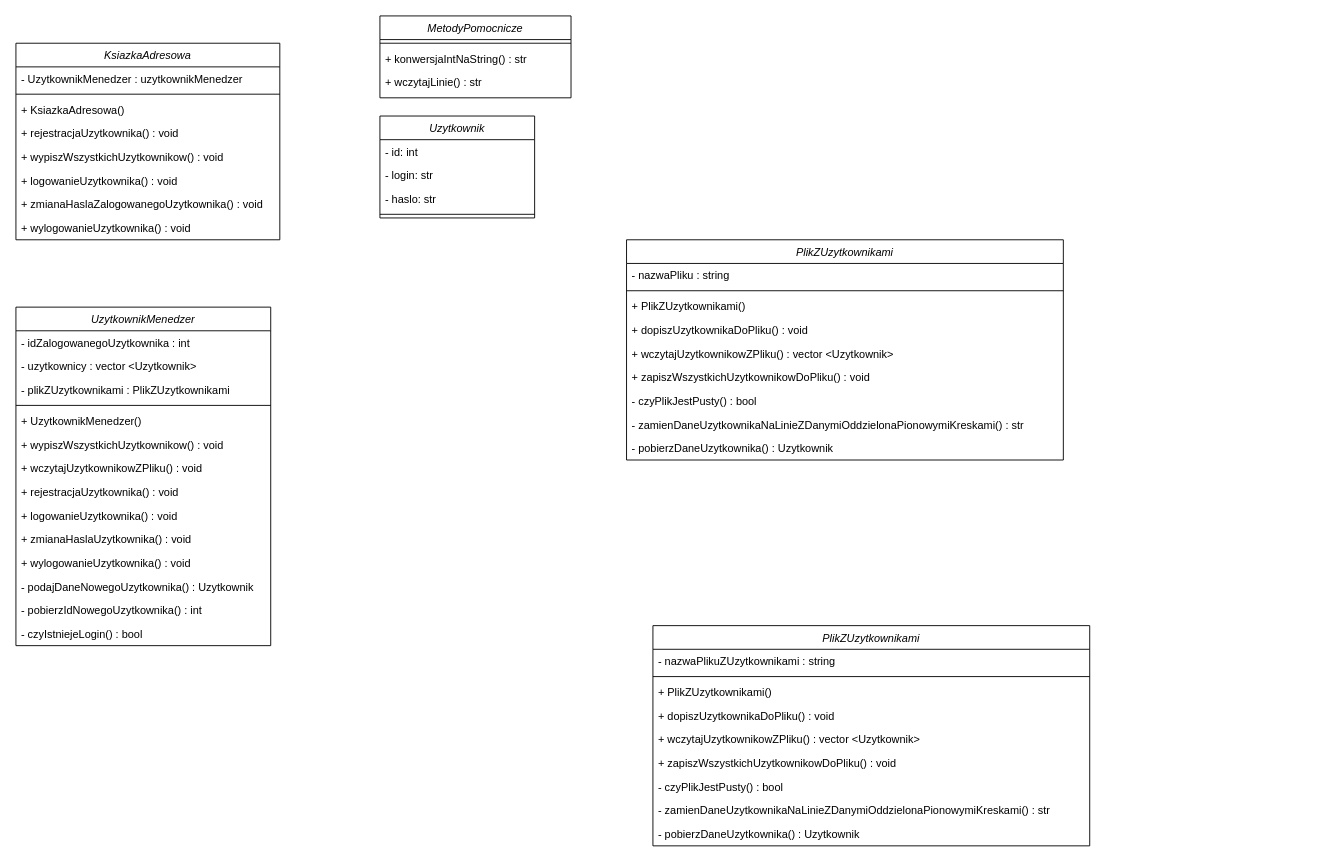
The draw.io diagram address-book-extension1-uml.drawio in MichalWilczek/address-book-FutureProgrammer, before the edit. Source tidied: cells renumbered, new cells numbered last; positions are measured from the earlier drawing's top-left corner, leaving out a move shared by most shapes. Both pictures are drawn from the tidied source at 91%, with x=0, y=0 at pixel (15, 15).
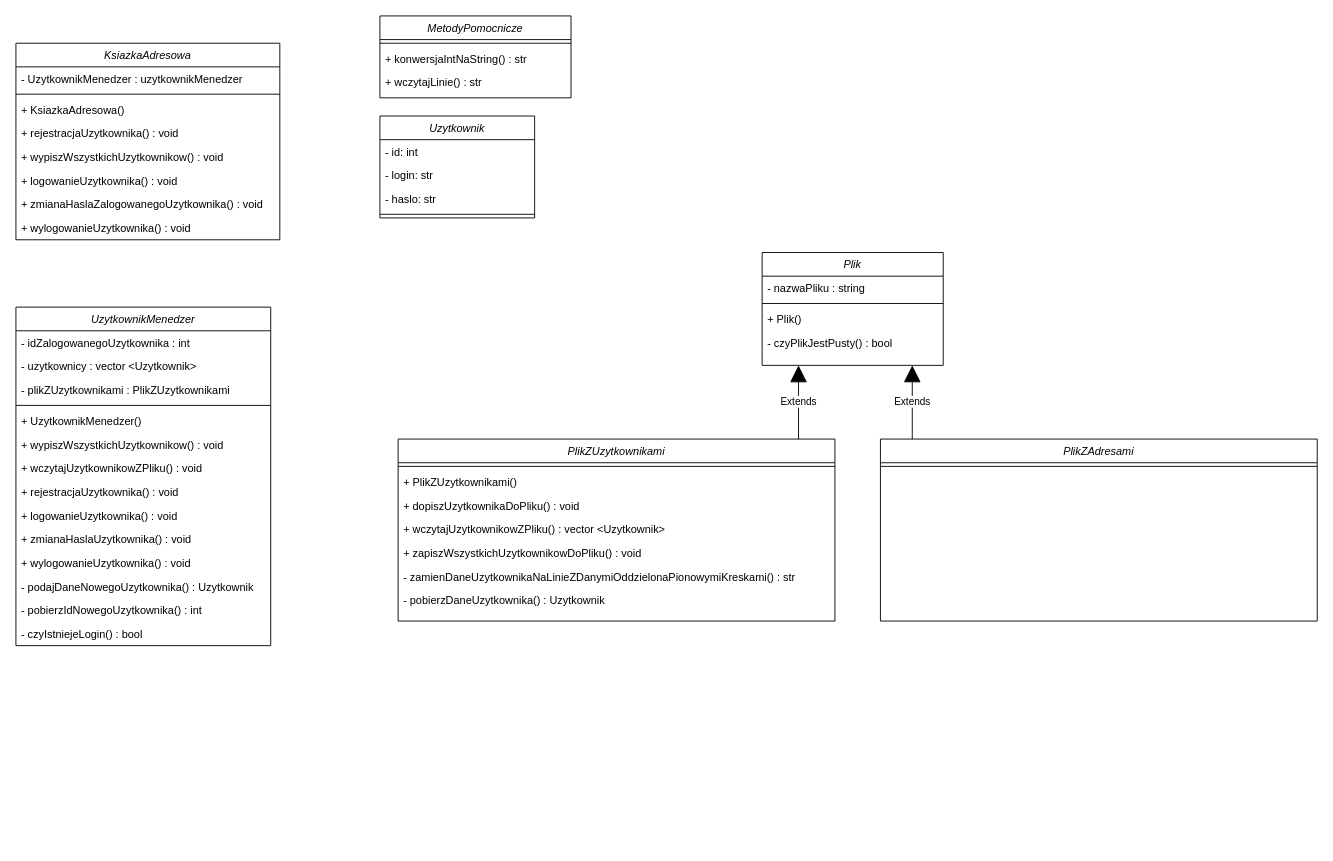
After the change.

What changed in the source:
```diff
@@
-    <mxCell id="31" value="PlikZUzytkownikami" style="swimlane;fontStyle=2;align=center;verticalAlign=top;horizontal=1;startSize=26;rounded=0;shadow=0;strokeWidth=1;" parent="1" vertex="1">
-      <mxGeometry x="671" y="246" width="480" height="242" as="geometry" />
+    <mxCell id="31" value="Plik" style="swimlane;fontStyle=2;align=center;verticalAlign=top;horizontal=1;startSize=26;rounded=0;shadow=0;strokeWidth=1;" parent="1" vertex="1">
+      <mxGeometry x="820" y="260" width="199" height="124" as="geometry" />
     </mxCell>
     <mxCell id="32" value="- nazwaPliku : string" style="text;align=left;verticalAlign=top;spacingLeft=4;spacingRight=4;overflow=hidden;rounded=0;shadow=0;html=0;" parent="31" vertex="1">
-      <mxGeometry y="26" width="480" height="26" as="geometry" />
+      <mxGeometry y="26" width="199" height="26" as="geometry" />
     </mxCell>
     <mxCell id="33" style="line;html=1;strokeWidth=1;align=left;verticalAlign=middle;spacingTop=-1;spacingLeft=3;spacingRight=3;labelPosition=right;" parent="31" vertex="1">
-      <mxGeometry y="52" width="480" height="8" as="geometry" />
+      <mxGeometry y="52" width="199" height="8" as="geometry" />
     </mxCell>
-    <mxCell id="34" value="+ PlikZUzytkownikami()" style="text;align=left;verticalAlign=top;spacingLeft=4;spacingRight=4;overflow=hidden;" parent="31" vertex="1">
-      <mxGeometry y="60" width="480" height="26" as="geometry" />
+    <mxCell id="34" value="+ Plik()" style="text;align=left;verticalAlign=top;spacingLeft=4;spacingRight=4;overflow=hidden;" parent="31" vertex="1">
+      <mxGeometry y="60" width="199" height="26" as="geometry" />
     </mxCell>
-    <mxCell id="35" value="+ dopiszUzytkownikaDoPliku() : void" style="text;align=left;verticalAlign=top;spacingLeft=4;spacingRight=4;overflow=hidden;" parent="31" vertex="1">
-      <mxGeometry y="86" width="480" height="26" as="geometry" />
-    </mxCell>
-    <mxCell id="36" value="+ wczytajUzytkownikowZPliku() : vector &lt;Uzytkownik&gt;" style="text;align=left;verticalAlign=top;spacingLeft=4;spacingRight=4;overflow=hidden;" parent="31" vertex="1">
-      <mxGeometry y="112" width="480" height="26" as="geometry" />
-    </mxCell>
-    <mxCell id="37" value="+ zapiszWszystkichUzytkownikowDoPliku() : void" style="text;align=left;verticalAlign=top;spacingLeft=4;spacingRight=4;overflow=hidden;" parent="31" vertex="1">
-      <mxGeometry y="138" width="480" height="26" as="geometry" />
-    </mxCell>
     <mxCell id="38" value="- czyPlikJestPusty() : bool" style="text;align=left;verticalAlign=top;spacingLeft=4;spacingRight=4;overflow=hidden;" parent="31" vertex="1">
-      <mxGeometry y="164" width="480" height="26" as="geometry" />
+      <mxGeometry y="86" width="199" height="26" as="geometry" />
     </mxCell>
-    <mxCell id="39" value="- zamienDaneUzytkownikaNaLinieZDanymiOddzielonaPionowymiKreskami() : str" style="text;align=left;verticalAlign=top;spacingLeft=4;spacingRight=4;overflow=hidden;" parent="31" vertex="1">
-      <mxGeometry y="190" width="480" height="26" as="geometry" />
-    </mxCell>
-    <mxCell id="40" value="- pobierzDaneUzytkownika() : Uzytkownik" style="text;align=left;verticalAlign=top;spacingLeft=4;spacingRight=4;overflow=hidden;" parent="31" vertex="1">
-      <mxGeometry y="216" width="480" height="26" as="geometry" />
-    </mxCell>
@@
     <mxCell id="45" value="PlikZUzytkownikami" style="swimlane;fontStyle=2;align=center;verticalAlign=top;horizontal=1;startSize=26;rounded=0;shadow=0;strokeWidth=1;" parent="1" vertex="1">
-      <mxGeometry x="700" y="670" width="480" height="242" as="geometry" />
+      <mxGeometry x="420" y="465" width="480" height="200" as="geometry" />
     </mxCell>
-    <mxCell id="46" value="- nazwaPlikuZUzytkownikami : string" style="text;align=left;verticalAlign=top;spacingLeft=4;spacingRight=4;overflow=hidden;rounded=0;shadow=0;html=0;" parent="45" vertex="1">
-      <mxGeometry y="26" width="480" height="26" as="geometry" />
-    </mxCell>
     <mxCell id="47" style="line;html=1;strokeWidth=1;align=left;verticalAlign=middle;spacingTop=-1;spacingLeft=3;spacingRight=3;labelPosition=right;" parent="45" vertex="1">
-      <mxGeometry y="52" width="480" height="8" as="geometry" />
+      <mxGeometry y="26" width="480" height="8" as="geometry" />
     </mxCell>
     <mxCell id="48" value="+ PlikZUzytkownikami()" style="text;align=left;verticalAlign=top;spacingLeft=4;spacingRight=4;overflow=hidden;" parent="45" vertex="1">
-      <mxGeometry y="60" width="480" height="26" as="geometry" />
+      <mxGeometry y="34" width="480" height="26" as="geometry" />
     </mxCell>
     <mxCell id="49" value="+ dopiszUzytkownikaDoPliku() : void" style="text;align=left;verticalAlign=top;spacingLeft=4;spacingRight=4;overflow=hidden;" parent="45" vertex="1">
-      <mxGeometry y="86" width="480" height="26" as="geometry" />
+      <mxGeometry y="60" width="480" height="26" as="geometry" />
     </mxCell>
     <mxCell id="50" value="+ wczytajUzytkownikowZPliku() : vector &lt;Uzytkownik&gt;" style="text;align=left;verticalAlign=top;spacingLeft=4;spacingRight=4;overflow=hidden;" parent="45" vertex="1">
-      <mxGeometry y="112" width="480" height="26" as="geometry" />
+      <mxGeometry y="86" width="480" height="26" as="geometry" />
     </mxCell>
     <mxCell id="51" value="+ zapiszWszystkichUzytkownikowDoPliku() : void" style="text;align=left;verticalAlign=top;spacingLeft=4;spacingRight=4;overflow=hidden;" parent="45" vertex="1">
-      <mxGeometry y="138" width="480" height="26" as="geometry" />
+      <mxGeometry y="112" width="480" height="26" as="geometry" />
     </mxCell>
-    <mxCell id="52" value="- czyPlikJestPusty() : bool" style="text;align=left;verticalAlign=top;spacingLeft=4;spacingRight=4;overflow=hidden;" parent="45" vertex="1">
-      <mxGeometry y="164" width="480" height="26" as="geometry" />
-    </mxCell>
     <mxCell id="53" value="- zamienDaneUzytkownikaNaLinieZDanymiOddzielonaPionowymiKreskami() : str" style="text;align=left;verticalAlign=top;spacingLeft=4;spacingRight=4;overflow=hidden;" parent="45" vertex="1">
-      <mxGeometry y="190" width="480" height="26" as="geometry" />
+      <mxGeometry y="138" width="480" height="26" as="geometry" />
     </mxCell>
     <mxCell id="54" value="- pobierzDaneUzytkownika() : Uzytkownik" style="text;align=left;verticalAlign=top;spacingLeft=4;spacingRight=4;overflow=hidden;" parent="45" vertex="1">
-      <mxGeometry y="216" width="480" height="26" as="geometry" />
+      <mxGeometry y="164" width="480" height="26" as="geometry" />
     </mxCell>
+    <mxCell id="55" value="Extends" style="endArrow=block;endSize=16;endFill=1;html=1;rounded=0;edgeStyle=elbowEdgeStyle;" parent="1" edge="1" source="45" target="31">
+      <mxGeometry relative="1" as="geometry" />
+    </mxCell>
+    <mxCell id="56" value="PlikZAdresami" style="swimlane;fontStyle=2;align=center;verticalAlign=top;horizontal=1;startSize=26;rounded=0;shadow=0;strokeWidth=1;" parent="1" vertex="1">
+      <mxGeometry x="950" y="465" width="480" height="200" as="geometry" />
+    </mxCell>
+    <mxCell id="57" style="line;html=1;strokeWidth=1;align=left;verticalAlign=middle;spacingTop=-1;spacingLeft=3;spacingRight=3;labelPosition=right;" parent="56" vertex="1">
+      <mxGeometry y="26" width="480" height="8" as="geometry" />
+    </mxCell>
+    <mxCell id="58" value="Extends" style="endArrow=block;endSize=16;endFill=1;html=1;rounded=0;edgeStyle=elbowEdgeStyle;" parent="1" edge="1" source="56" target="31">
+      <mxGeometry relative="1" as="geometry" />
+    </mxCell>
```
